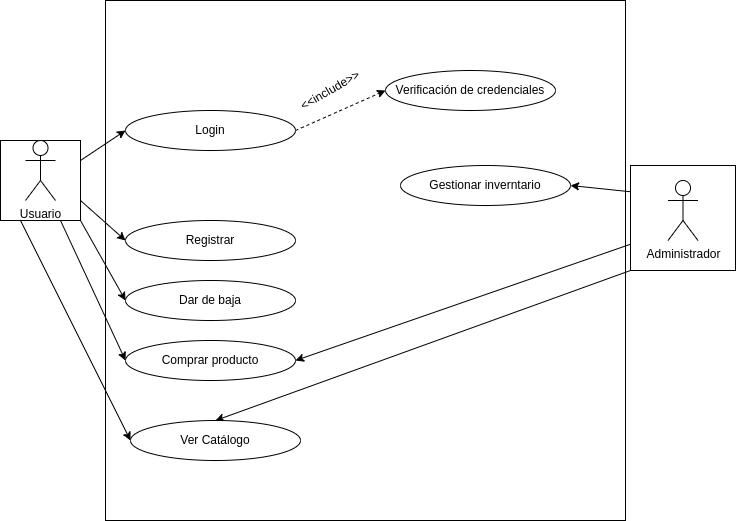
IsaiasTolP/Tareas_Markdown keeps this draw.io diagram as Casos-de-uso/Tienda-online/diagrama.drawio.png. Above is the earlier version. Source tidied: cells renumbered, new cells last; positions are measured from the earlier drawing's top-left corner, leaving out a move shared by most shapes. Source of this version:
```xml
<mxGraphModel>
  <root>
    <mxCell id="0" />
    <mxCell id="1" parent="0" />
    <mxCell id="2" style="whiteSpace=wrap;html=1;fontColor=#000000;labelBorderColor=#000000;labelBackgroundColor=#FFFFFF;" parent="1" vertex="1">
      <mxGeometry x="105" width="520" height="520" as="geometry" />
    </mxCell>
    <mxCell id="3" style="edgeStyle=none;html=1;exitX=0;exitY=0.75;exitDx=0;exitDy=0;entryX=1;entryY=0.5;entryDx=0;entryDy=0;fontColor=#000000;" parent="1" edge="1" source="6" target="21">
      <mxGeometry relative="1" as="geometry" />
    </mxCell>
    <mxCell id="4" style="edgeStyle=none;html=1;exitX=0;exitY=1;exitDx=0;exitDy=0;entryX=0.5;entryY=0;entryDx=0;entryDy=0;" parent="1" edge="1" source="6" target="15">
      <mxGeometry relative="1" as="geometry" />
    </mxCell>
    <mxCell id="5" style="edgeStyle=none;html=1;exitX=0;exitY=0.25;exitDx=0;exitDy=0;entryX=1;entryY=0.5;entryDx=0;entryDy=0;" parent="1" edge="1" source="6" target="23">
      <mxGeometry relative="1" as="geometry" />
    </mxCell>
    <mxCell id="6" style="whiteSpace=wrap;html=1;labelBackgroundColor=#FFFFFF;fontColor=#000000;" parent="1" vertex="1">
      <mxGeometry x="630" y="165" width="105" height="105" as="geometry" />
    </mxCell>
    <mxCell id="7" style="edgeStyle=none;html=1;exitX=1;exitY=0.25;exitDx=0;exitDy=0;entryX=0;entryY=0.5;entryDx=0;entryDy=0;fontColor=#000000;" parent="1" edge="1" source="12" target="17">
      <mxGeometry relative="1" as="geometry" />
    </mxCell>
    <mxCell id="8" style="edgeStyle=none;html=1;exitX=1;exitY=0.75;exitDx=0;exitDy=0;entryX=0;entryY=0.5;entryDx=0;entryDy=0;fontColor=#000000;" parent="1" edge="1" source="12" target="19">
      <mxGeometry relative="1" as="geometry" />
    </mxCell>
    <mxCell id="9" style="edgeStyle=none;html=1;exitX=1;exitY=1;exitDx=0;exitDy=0;entryX=0;entryY=0.5;entryDx=0;entryDy=0;fontColor=#000000;" parent="1" edge="1" source="12" target="20">
      <mxGeometry relative="1" as="geometry" />
    </mxCell>
    <mxCell id="10" style="edgeStyle=none;html=1;exitX=0.75;exitY=1;exitDx=0;exitDy=0;entryX=0;entryY=0.5;entryDx=0;entryDy=0;fontColor=#000000;" parent="1" edge="1" source="12" target="21">
      <mxGeometry relative="1" as="geometry" />
    </mxCell>
    <mxCell id="11" style="edgeStyle=none;html=1;exitX=0.25;exitY=1;exitDx=0;exitDy=0;entryX=0;entryY=0.5;entryDx=0;entryDy=0;" parent="1" edge="1" source="12" target="15">
      <mxGeometry relative="1" as="geometry" />
    </mxCell>
    <mxCell id="12" style="whiteSpace=wrap;html=1;labelBackgroundColor=#FFFFFF;fontColor=#000000;" parent="1" vertex="1">
      <mxGeometry y="140" width="80" height="80" as="geometry" />
    </mxCell>
    <mxCell id="13" value="Usuario" style="shape=umlActor;verticalLabelPosition=bottom;verticalAlign=top;html=1;fontColor=#000000;" parent="1" vertex="1">
      <mxGeometry x="25" y="140" width="30" height="60" as="geometry" />
    </mxCell>
    <mxCell id="14" value="Administrador" style="shape=umlActor;verticalLabelPosition=bottom;verticalAlign=top;html=1;fontColor=#000000;" parent="1" vertex="1">
      <mxGeometry x="667.5" y="180" width="30" height="60" as="geometry" />
    </mxCell>
    <mxCell id="15" value="Ver Catálogo" style="ellipse;whiteSpace=wrap;html=1;labelBackgroundColor=#FFFFFF;fontColor=#000000;" parent="1" vertex="1">
      <mxGeometry x="130" y="420" width="170" height="40" as="geometry" />
    </mxCell>
    <mxCell id="16" style="edgeStyle=none;html=1;exitX=1;exitY=0.5;exitDx=0;exitDy=0;entryX=0;entryY=0.5;entryDx=0;entryDy=0;fontColor=#000000;endArrow=classic;endFill=1;dashed=1;" parent="1" edge="1" source="17" target="18">
      <mxGeometry relative="1" as="geometry" />
    </mxCell>
    <mxCell id="17" value="Login" style="ellipse;whiteSpace=wrap;html=1;labelBackgroundColor=#FFFFFF;fontColor=#000000;" parent="1" vertex="1">
      <mxGeometry x="125" y="110" width="170" height="40" as="geometry" />
    </mxCell>
    <mxCell id="18" value="Verificación de credenciales" style="ellipse;whiteSpace=wrap;html=1;labelBackgroundColor=#FFFFFF;fontColor=#000000;" parent="1" vertex="1">
      <mxGeometry x="385" y="70" width="170" height="40" as="geometry" />
    </mxCell>
    <mxCell id="19" value="Registrar" style="ellipse;whiteSpace=wrap;html=1;labelBackgroundColor=#FFFFFF;fontColor=#000000;" parent="1" vertex="1">
      <mxGeometry x="125" y="220" width="170" height="40" as="geometry" />
    </mxCell>
    <mxCell id="20" value="Dar de baja" style="ellipse;whiteSpace=wrap;html=1;labelBackgroundColor=#FFFFFF;fontColor=#000000;" parent="1" vertex="1">
      <mxGeometry x="125" y="280" width="170" height="40" as="geometry" />
    </mxCell>
    <mxCell id="21" value="Comprar producto" style="ellipse;whiteSpace=wrap;html=1;labelBackgroundColor=#FFFFFF;fontColor=#000000;" parent="1" vertex="1">
      <mxGeometry x="125" y="340" width="170" height="40" as="geometry" />
    </mxCell>
    <mxCell id="22" value="&amp;lt;&amp;lt;include&amp;gt;&amp;gt;" style="text;html=1;strokeColor=none;fillColor=none;align=center;verticalAlign=middle;whiteSpace=wrap;rounded=0;labelBackgroundColor=#FFFFFF;fontColor=#000000;rotation=-30;" parent="1" vertex="1">
      <mxGeometry x="300" y="75" width="60" height="30" as="geometry" />
    </mxCell>
    <mxCell id="23" value="Gestionar inverntario" style="ellipse;whiteSpace=wrap;html=1;labelBackgroundColor=#FFFFFF;fontColor=#000000;" parent="1" vertex="1">
      <mxGeometry x="400" y="165" width="170" height="40" as="geometry" />
    </mxCell>
  </root>
</mxGraphModel>
```
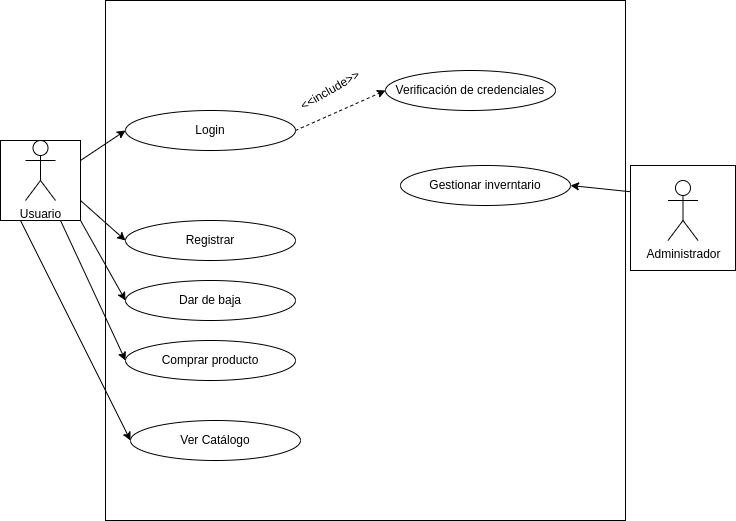
Above is the later version.

Commit message:
Se crea la estructura casos de tienda

Diff of the diagram source:
```diff
@@ -5,12 +5,6 @@
     <mxCell id="2" style="whiteSpace=wrap;html=1;fontColor=#000000;labelBorderColor=#000000;labelBackgroundColor=#FFFFFF;" parent="1" vertex="1">
       <mxGeometry x="105" width="520" height="520" as="geometry" />
     </mxCell>
-    <mxCell id="3" style="edgeStyle=none;html=1;exitX=0;exitY=0.75;exitDx=0;exitDy=0;entryX=1;entryY=0.5;entryDx=0;entryDy=0;fontColor=#000000;" parent="1" edge="1" source="6" target="21">
-      <mxGeometry relative="1" as="geometry" />
-    </mxCell>
-    <mxCell id="4" style="edgeStyle=none;html=1;exitX=0;exitY=1;exitDx=0;exitDy=0;entryX=0.5;entryY=0;entryDx=0;entryDy=0;" parent="1" edge="1" source="6" target="15">
-      <mxGeometry relative="1" as="geometry" />
-    </mxCell>
     <mxCell id="5" style="edgeStyle=none;html=1;exitX=0;exitY=0.25;exitDx=0;exitDy=0;entryX=1;entryY=0.5;entryDx=0;entryDy=0;" parent="1" edge="1" source="6" target="23">
       <mxGeometry relative="1" as="geometry" />
     </mxCell>
```
